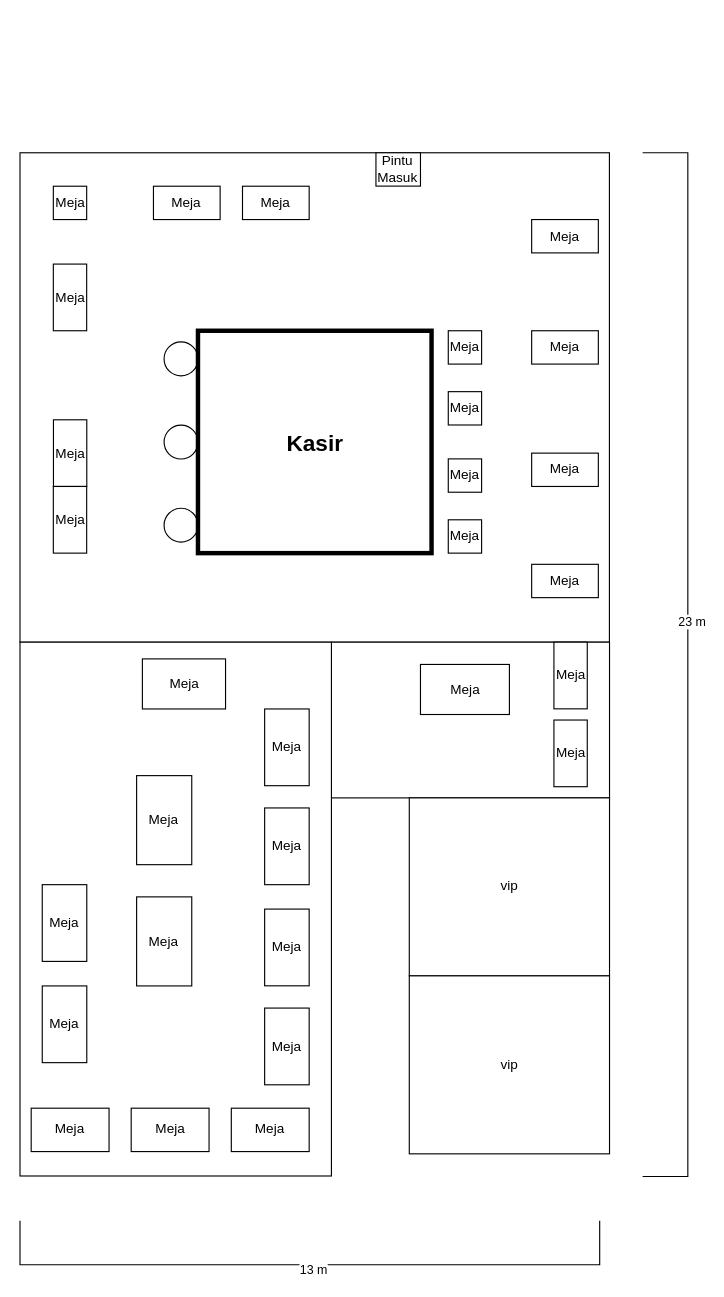
Above: page "Ahmad Yani" (2 of 3) of Denah Antarakata Trilogy.drawio in hnkzf/topologi-site (draw.io), before the change. Source tidied: cells renumbered, new cells numbered last; positions are measured from the earlier drawing's top-left corner, leaving out a move shared by most shapes. Both pictures are drawn from the tidied source at 113%, with x=0, y=0 at pixel (19, 153).
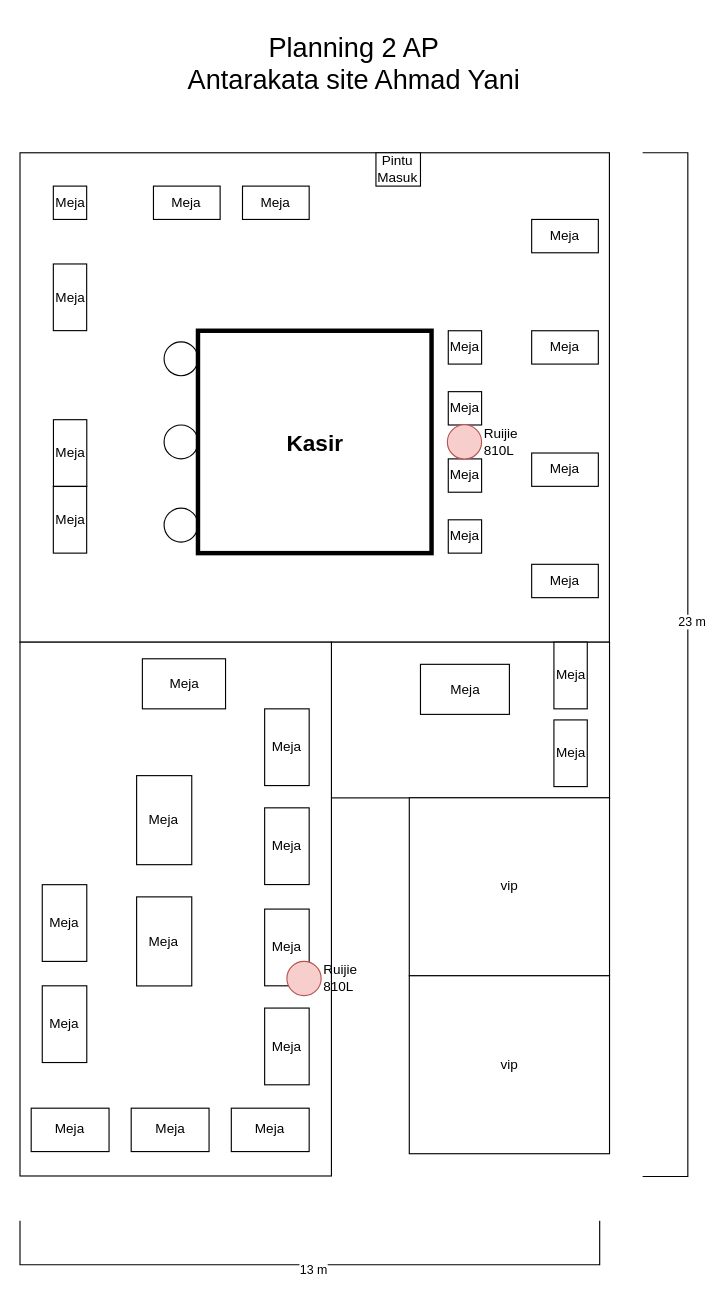
After the change.

Change to the diagram source:
```diff
@@
     <mxCell id="4" value="Meja" style="rounded=0;whiteSpace=wrap;html=1;" parent="1" vertex="1">
-      <mxGeometry x="29.7" y="29.3" width="29.5" height="29.5" as="geometry" />
+      <mxGeometry x="29.7" y="29.2" width="29.5" height="29.5" as="geometry" />
     </mxCell>
     <mxCell id="5" value="Meja" style="rounded=0;whiteSpace=wrap;html=1;" parent="1" vertex="1">
-      <mxGeometry x="29.7" y="98.2" width="29.5" height="59" as="geometry" />
+      <mxGeometry x="29.7" y="98.1" width="29.5" height="59" as="geometry" />
     </mxCell>
     <mxCell id="6" value="Meja" style="rounded=0;whiteSpace=wrap;html=1;" parent="1" vertex="1">
-      <mxGeometry x="29.8" y="236" width="29.5" height="59" as="geometry" />
+      <mxGeometry x="29.8" y="235.9" width="29.5" height="59" as="geometry" />
     </mxCell>
@@
     <mxCell id="8" style="ellipse;whiteSpace=wrap;html=1;" parent="1" vertex="1">
-      <mxGeometry x="127.7" y="167.1" width="30" height="30" as="geometry" />
+      <mxGeometry x="127.7" y="167" width="30" height="30" as="geometry" />
     </mxCell>
     <mxCell id="9" style="ellipse;whiteSpace=wrap;html=1;" parent="1" vertex="1">
-      <mxGeometry x="127.7" y="240.7" width="30" height="30" as="geometry" />
+      <mxGeometry x="127.7" y="240.6" width="30" height="30" as="geometry" />
     </mxCell>
     <mxCell id="10" style="ellipse;whiteSpace=wrap;html=1;" parent="1" vertex="1">
-      <mxGeometry x="127.7" y="314.3" width="30" height="30" as="geometry" />
+      <mxGeometry x="127.7" y="314.2" width="30" height="30" as="geometry" />
     </mxCell>
     <mxCell id="11" value="Meja" style="rounded=0;whiteSpace=wrap;html=1;" parent="1" vertex="1">
-      <mxGeometry x="118.3" y="29.3" width="59" height="29.5" as="geometry" />
+      <mxGeometry x="118.3" y="29.2" width="59" height="29.5" as="geometry" />
     </mxCell>
     <mxCell id="12" value="Meja" style="rounded=0;whiteSpace=wrap;html=1;" parent="1" vertex="1">
-      <mxGeometry x="197.1" y="29.3" width="59" height="29.5" as="geometry" />
+      <mxGeometry x="197.1" y="29.2" width="59" height="29.5" as="geometry" />
     </mxCell>
@@
     <mxCell id="15" value="vip" style="rounded=0;whiteSpace=wrap;html=1;" parent="1" vertex="1">
-      <mxGeometry x="344.7" y="570.6" width="177.2" height="157.5" as="geometry" />
+      <mxGeometry x="344.7" y="570.5" width="177.2" height="157.5" as="geometry" />
     </mxCell>
     <mxCell id="16" value="Meja" style="rounded=0;whiteSpace=wrap;html=1;" parent="1" vertex="1">
-      <mxGeometry x="354.6" y="452.5" width="78.7" height="44.3" as="geometry" />
+      <mxGeometry x="354.6" y="452.4" width="78.7" height="44.3" as="geometry" />
     </mxCell>
     <mxCell id="17" value="Meja" style="rounded=0;whiteSpace=wrap;html=1;" parent="1" vertex="1">
-      <mxGeometry x="472.7" y="501.7" width="29.5" height="59" as="geometry" />
+      <mxGeometry x="472.7" y="501.6" width="29.5" height="59" as="geometry" />
     </mxCell>
@@
     <mxCell id="20" value="Meja" style="rounded=0;whiteSpace=wrap;html=1;" parent="1" vertex="1">
-      <mxGeometry x="453" y="265.5" width="59" height="29.5" as="geometry" />
+      <mxGeometry x="453" y="265.4" width="59" height="29.5" as="geometry" />
     </mxCell>
@@
     <mxCell id="22" value="Meja" style="rounded=0;whiteSpace=wrap;html=1;" parent="1" vertex="1">
-      <mxGeometry x="453" y="58.8" width="59" height="29.5" as="geometry" />
+      <mxGeometry x="453" y="58.7" width="59" height="29.5" as="geometry" />
     </mxCell>
@@
     <mxCell id="27" value="Meja" style="rounded=0;whiteSpace=wrap;html=1;" parent="1" vertex="1">
-      <mxGeometry x="108.5" y="447.6" width="73.6" height="44.3" as="geometry" />
+      <mxGeometry x="108.5" y="447.5" width="73.6" height="44.3" as="geometry" />
     </mxCell>
     <mxCell id="28" value="Meja" style="rounded=0;whiteSpace=wrap;html=1;" parent="1" vertex="1">
-      <mxGeometry x="216.7" y="491.9" width="39.4" height="67.9" as="geometry" />
+      <mxGeometry x="216.7" y="491.8" width="39.4" height="67.9" as="geometry" />
     </mxCell>
     <mxCell id="29" value="Meja" style="rounded=0;whiteSpace=wrap;html=1;" parent="1" vertex="1">
-      <mxGeometry x="216.7" y="579.5" width="39.4" height="67.9" as="geometry" />
+      <mxGeometry x="216.7" y="579.4" width="39.4" height="67.9" as="geometry" />
     </mxCell>
@@
     <mxCell id="38" value="Meja" style="rounded=0;whiteSpace=wrap;html=1;" parent="1" vertex="1">
-      <mxGeometry x="19.9" y="737" width="39.4" height="67.9" as="geometry" />
+      <mxGeometry x="19.9" y="736.9" width="39.4" height="67.9" as="geometry" />
     </mxCell>
     <mxCell id="39" value="vip" style="rounded=0;whiteSpace=wrap;html=1;" parent="1" vertex="1">
-      <mxGeometry x="344.7" y="728.1" width="177.2" height="157.5" as="geometry" />
+      <mxGeometry x="344.7" y="728" width="177.2" height="157.5" as="geometry" />
     </mxCell>
@@
+    <mxCell id="45" value="Ruijie 810L" style="ellipse;whiteSpace=wrap;html=1;fillColor=#f8cecc;strokeColor=#b85450;labelPosition=right;verticalLabelPosition=middle;align=left;verticalAlign=middle;" parent="1" vertex="1">
+      <mxGeometry x="378.4" y="240.4" width="30.3" height="30.3" as="geometry" />
+    </mxCell>
+    <mxCell id="46" value="Ruijie 810L" style="ellipse;whiteSpace=wrap;html=1;fillColor=#f8cecc;strokeColor=#b85450;labelPosition=right;verticalLabelPosition=middle;align=left;verticalAlign=middle;" parent="1" vertex="1">
+      <mxGeometry x="236.4" y="715.3" width="30.3" height="30.3" as="geometry" />
+    </mxCell>
+    <mxCell id="47" value="Planning 2 AP&lt;div&gt;Antarakata site Ahmad Yani&lt;/div&gt;" style="text;html=1;whiteSpace=wrap;strokeColor=none;fillColor=none;align=center;verticalAlign=middle;rounded=0;fontSize=24;" parent="1" vertex="1">
+      <mxGeometry x="137.6" y="-118.4" width="316.2" height="78.8" as="geometry" />
+    </mxCell>
```
